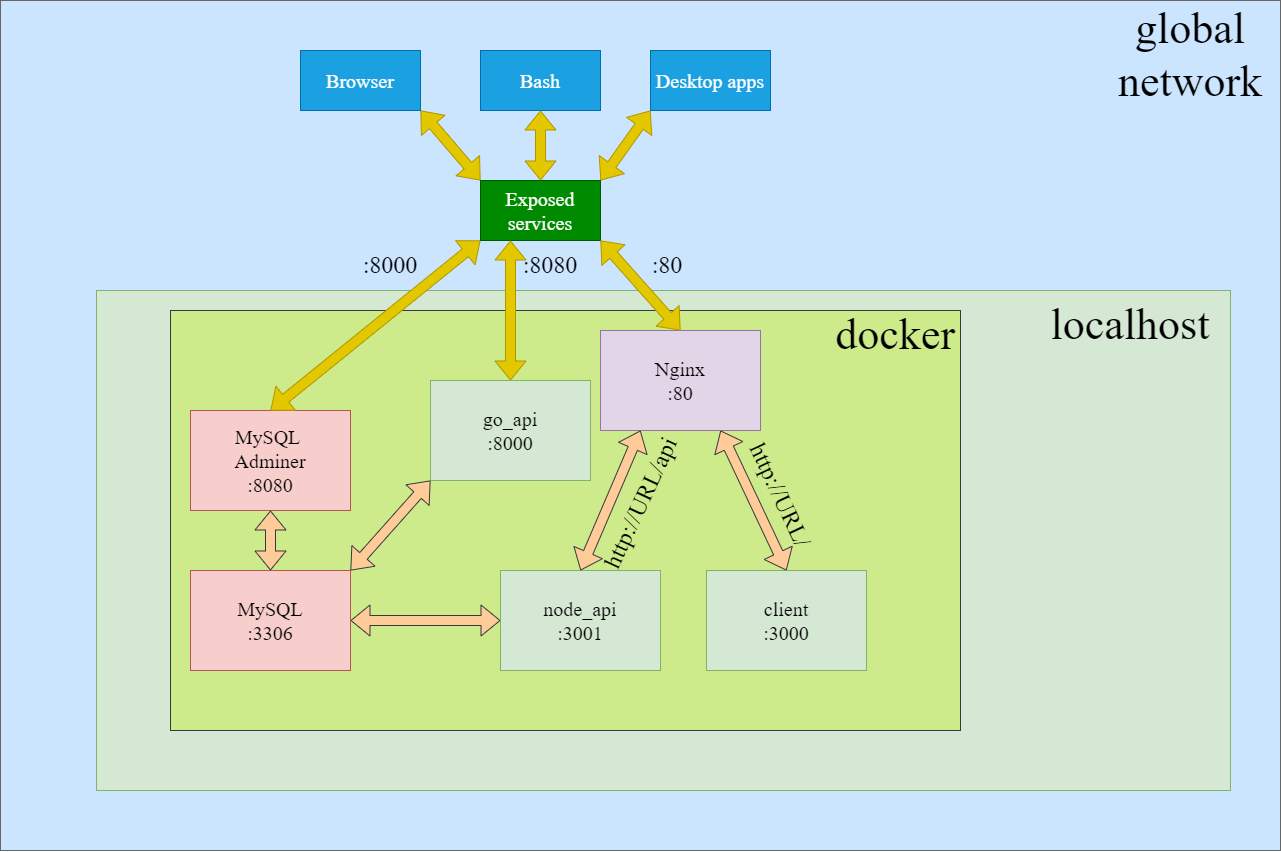
The draw.io diagram docker-services.png in RomaZherko21/NoName, before a commit. Source tidied: cells renumbered, new cells last; positions are measured from the earlier drawing's top-left corner, leaving out a move shared by most shapes.
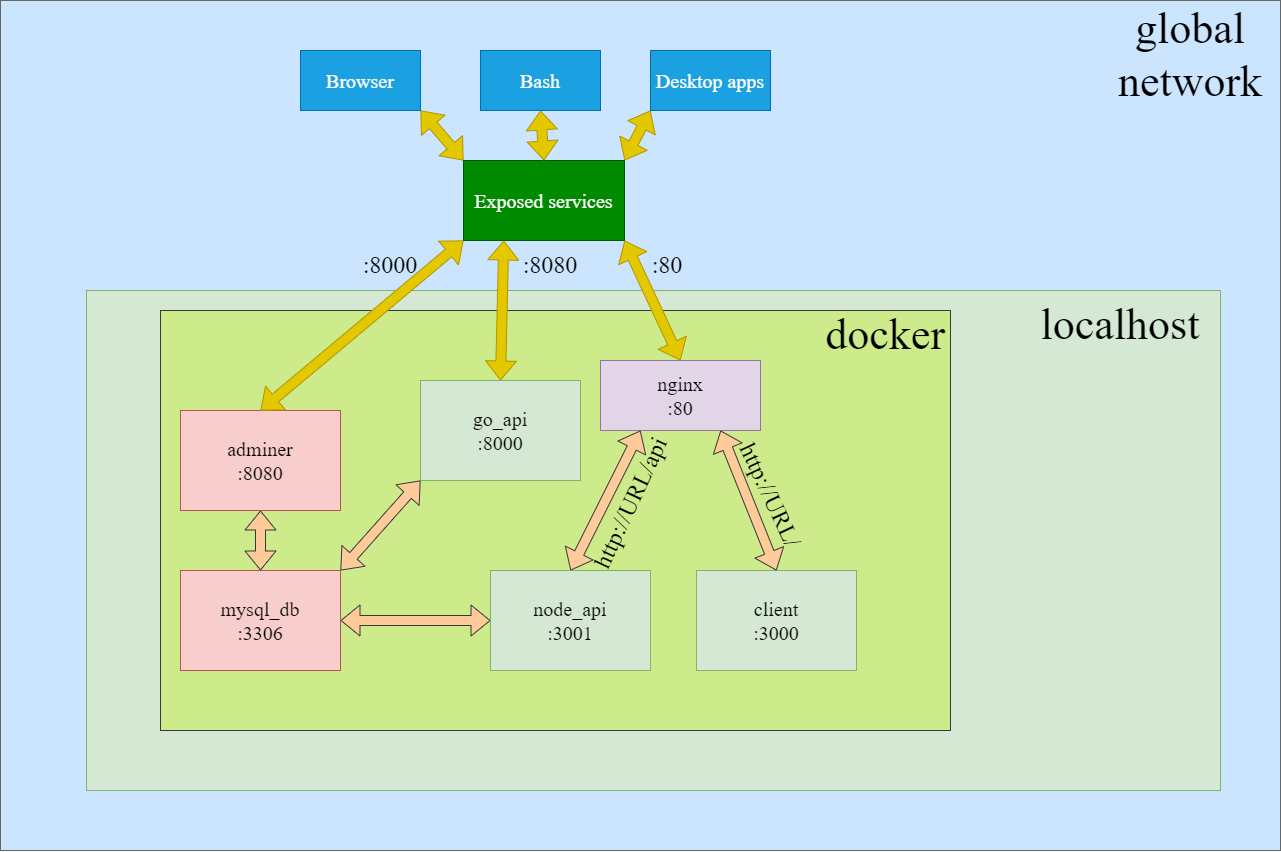
Above is the later version.

Diff of the diagram source:
```diff
@@ -6,7 +6,7 @@
       <mxGeometry width="1280" height="850" as="geometry" />
     </mxCell>
     <mxCell id="3" style="group;fillColor=#d80073;fontColor=#ffffff;strokeColor=#A50040;fontFamily=Times New Roman;" parent="1" vertex="1">
-      <mxGeometry x="170" y="310" width="1060" height="480" as="geometry" />
+      <mxGeometry x="160" y="310" width="1060" height="480" as="geometry" />
     </mxCell>
     <mxCell id="4" style="rounded=0;whiteSpace=wrap;html=1;labelBackgroundColor=none;fontSize=20;fontFamily=Times New Roman;fillColor=#d5e8d4;strokeColor=#82b366;" parent="3" vertex="1">
       <mxGeometry x="-74" y="-20" width="1134" height="500" as="geometry" />
@@ -14,11 +14,11 @@
     <mxCell id="5" style="rounded=0;whiteSpace=wrap;html=1;fontFamily=Times New Roman;fillColor=#cdeb8b;strokeColor=#36393d;" parent="3" vertex="1">
       <mxGeometry width="790" height="420" as="geometry" />
     </mxCell>
-    <mxCell id="6" value="MySQL&lt;br&gt;:3306" style="rounded=0;whiteSpace=wrap;html=1;fontSize=20;fillColor=#f8cecc;strokeColor=#b85450;fontFamily=Times New Roman;" parent="3" vertex="1">
+    <mxCell id="6" value="mysql_db&lt;br&gt;:3306" style="rounded=0;whiteSpace=wrap;html=1;fontSize=20;fillColor=#f8cecc;strokeColor=#b85450;fontFamily=Times New Roman;" parent="3" vertex="1">
       <mxGeometry x="20" y="260" width="160" height="100" as="geometry" />
     </mxCell>
-    <mxCell id="7" value="Nginx&lt;br&gt;:80" style="rounded=0;whiteSpace=wrap;html=1;fontSize=20;fillColor=#e1d5e7;strokeColor=#9673a6;fontFamily=Times New Roman;" parent="3" vertex="1">
-      <mxGeometry x="430" y="20" width="160" height="100" as="geometry" />
+    <mxCell id="7" value="nginx&lt;br&gt;:80" style="rounded=0;whiteSpace=wrap;html=1;fontSize=20;fillColor=#e1d5e7;strokeColor=#9673a6;fontFamily=Times New Roman;" parent="3" vertex="1">
+      <mxGeometry x="440" y="50" width="160" height="70" as="geometry" />
     </mxCell>
     <mxCell id="8" value="go_api&lt;br&gt;:8000" style="rounded=0;whiteSpace=wrap;html=1;fontSize=20;fillColor=#d5e8d4;strokeColor=#82b366;fontFamily=Times New Roman;" parent="3" vertex="1">
       <mxGeometry x="260" y="70" width="160" height="100" as="geometry" />
@@ -56,7 +56,7 @@
     <mxCell id="19" style="edgeStyle=orthogonalEdgeStyle;rounded=0;jettySize=auto;html=1;fontFamily=Times New Roman;fontSize=44;" parent="3" edge="1" source="20" target="6">
       <mxGeometry relative="1" as="geometry" />
     </mxCell>
-    <mxCell id="20" value="MySQL &lt;br&gt;Adminer&lt;br&gt;:8080" style="rounded=0;whiteSpace=wrap;html=1;fontSize=20;fillColor=#f8cecc;strokeColor=#b85450;align=center;fontFamily=Times New Roman;" parent="3" vertex="1">
+    <mxCell id="20" value="adminer&lt;br&gt;:8080" style="rounded=0;whiteSpace=wrap;html=1;fontSize=20;fillColor=#f8cecc;strokeColor=#b85450;align=center;fontFamily=Times New Roman;" parent="3" vertex="1">
       <mxGeometry x="20" y="100" width="160" height="100" as="geometry" />
     </mxCell>
     <mxCell id="21" style="shape=flexArrow;endArrow=classic;startArrow=classic;html=1;rounded=0;fontFamily=Times New Roman;fontSize=44;exitX=0.5;exitY=0;exitDx=0;exitDy=0;fillColor=#ffcc99;strokeColor=#36393d;entryX=0.5;entryY=1;entryDx=0;entryDy=0;" parent="3" edge="1" source="6" target="20">
@@ -72,7 +72,7 @@
       <mxGeometry x="650" y="50" width="120" height="60" as="geometry" />
     </mxCell>
     <mxCell id="25" value="Exposed services" style="rounded=0;whiteSpace=wrap;html=1;fontSize=20;fillColor=#008a00;fontColor=#ffffff;strokeColor=#005700;fontFamily=Times New Roman;" parent="1" vertex="1">
-      <mxGeometry x="480" y="180" width="120" height="60" as="geometry" />
+      <mxGeometry x="463" y="160" width="161" height="80" as="geometry" />
     </mxCell>
     <mxCell id="26" style="shape=flexArrow;endArrow=classic;startArrow=classic;html=1;rounded=0;fontSize=20;fillColor=#e3c800;strokeColor=#B09500;exitX=1;exitY=0;exitDx=0;exitDy=0;fontFamily=Times New Roman;entryX=0;entryY=1;entryDx=0;entryDy=0;" parent="1" edge="1" source="25" target="24">
       <mxGeometry relative="1" as="geometry" />
```
